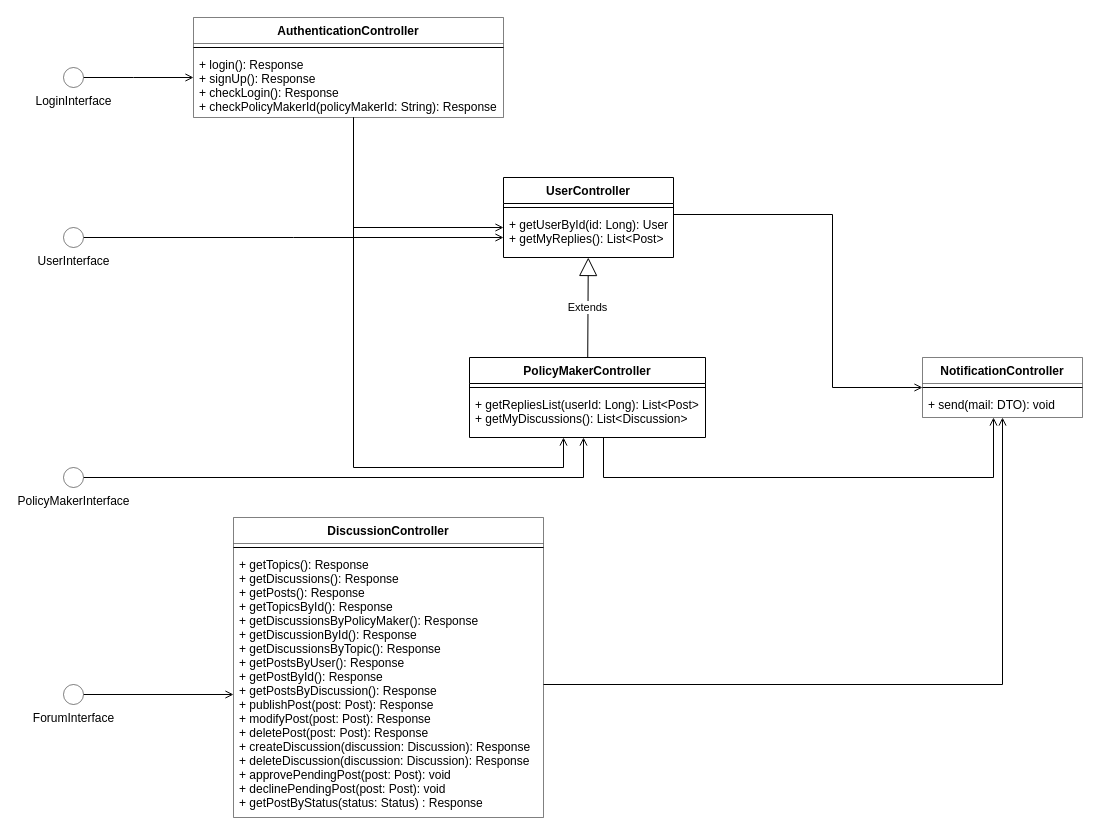
Above: page "ComponentInterfaces" (1 of 2) of DD Diagrams/ComponentInterfaces.drawio in matteovisotto/SE2-CecchettoSirianiVisotto (draw.io), before the change. Source tidied: cells renumbered, new cells numbered last; positions are measured from the earlier drawing's top-left corner, leaving out a move shared by most shapes. Both pictures are drawn from the tidied source at 100%, with x=0, y=0 at pixel (63, 17).
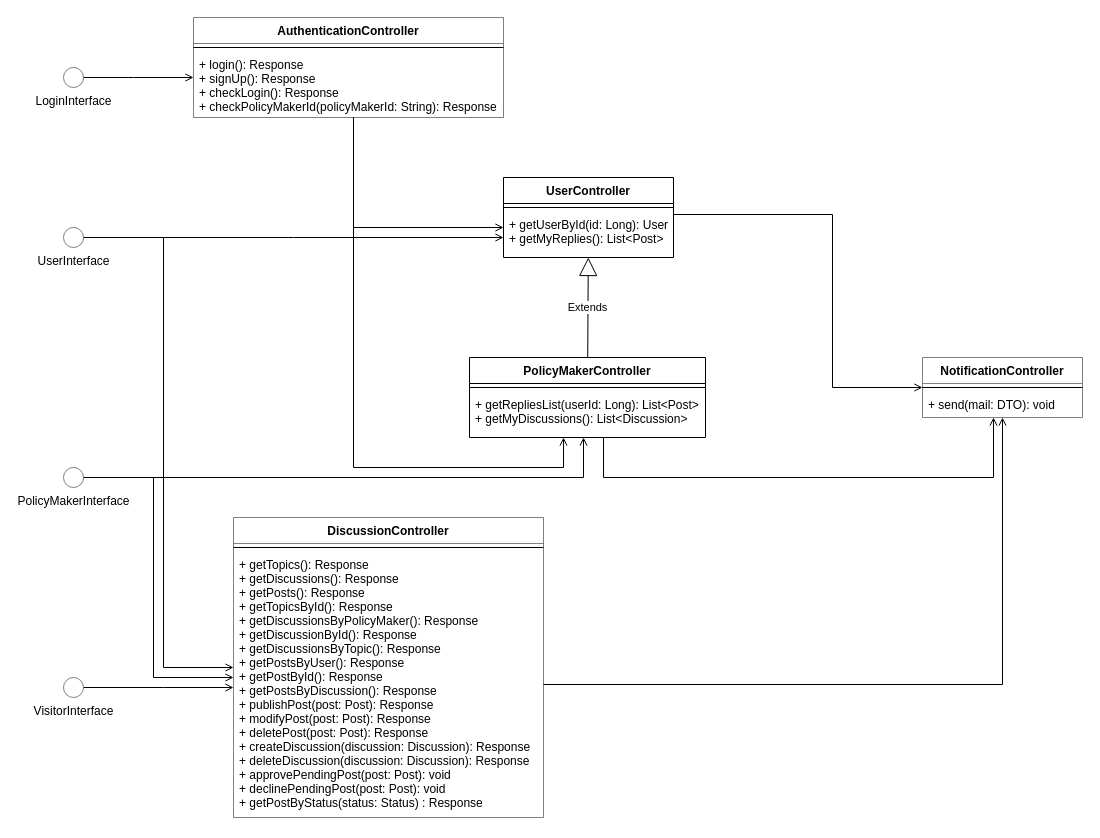
The same diagram, later.

The change refers to these unchanged cells:
```xml
<mxCell id="3" value="UserInterface" style="verticalLabelPosition=bottom;verticalAlign=top;html=1;shape=mxgraph.flowchart.on-page_reference;strokeWidth=0.5;" parent="1" vertex="1">
  <mxGeometry y="210" width="20" height="20" as="geometry" />
</mxCell>
<mxCell id="5" value="PolicyMakerInterface" style="verticalLabelPosition=bottom;verticalAlign=top;html=1;shape=mxgraph.flowchart.on-page_reference;strokeWidth=0.5;" parent="1" vertex="1">
  <mxGeometry y="450" width="20" height="20" as="geometry" />
</mxCell>
<mxCell id="14" value="DiscussionController" style="swimlane;fontStyle=1;align=center;verticalAlign=top;horizontal=1;startSize=26;strokeWidth=0.5;" parent="1" vertex="1">
  <mxGeometry x="170" y="500" width="310" height="300" as="geometry" />
</mxCell>
<mxCell id="16" value="+ getTopics(): Response&#10;+ getDiscussions(): Response&#10;+ getPosts(): Response&#10;+ getTopicsById(): Response&#10;+ getDiscussionsByPolicyMaker(): Response&#10;+ getDiscussionById(): Response&#10;+ getDiscussionsByTopic(): Response&#10;+ getPostsByUser(): Response&#10;+ getPostById(): Response&#10;+ getPostsByDiscussion(): Response&#10;+ publishPost(post: Post): Response&#10;+ modifyPost(post: Post): Response&#10;+ deletePost(post: Post): Response&#10;+ createDiscussion(discussion: Discussion): Response&#10;+ deleteDiscussion(discussion: Discussion): Response&#10;+ approvePendingPost(post: Post): void&#10;+ declinePendingPost(post: Post): void&#10;+ getPostByStatus(status: Status) : Response" style="text;strokeColor=none;fillColor=none;align=left;verticalAlign=top;spacingLeft=4;spacingRight=4;overflow=hidden;points=[[0,0.5],[1,0.5]];portConstraint=eastwest;" parent="14" vertex="1">
  <mxGeometry y="34" width="310" height="266" as="geometry" />
</mxCell>
```

Diff of the diagram source:
```diff
@@
+    <mxCell id="31" style="edgeStyle=orthogonalEdgeStyle;rounded=0;jettySize=auto;html=1;exitX=1;exitY=0.5;exitDx=0;exitDy=0;exitPerimeter=0;endArrow=open;endFill=0;" parent="1" edge="1" source="3" target="16">
+      <mxGeometry relative="1" as="geometry">
+        <Array as="points">
+          <mxPoint x="100" y="220" />
+          <mxPoint x="100" y="650" />
+        </Array>
+      </mxGeometry>
+    </mxCell>
@@
+    <mxCell id="32" style="edgeStyle=orthogonalEdgeStyle;rounded=0;jettySize=auto;html=1;exitX=1;exitY=0.5;exitDx=0;exitDy=0;exitPerimeter=0;endArrow=open;endFill=0;" parent="1" edge="1" source="5" target="16">
+      <mxGeometry relative="1" as="geometry">
+        <Array as="points">
+          <mxPoint x="90" y="460" />
+          <mxPoint x="90" y="660" />
+        </Array>
+      </mxGeometry>
+    </mxCell>
@@
     <mxCell id="17" style="edgeStyle=orthogonalEdgeStyle;rounded=0;jettySize=auto;html=1;exitX=1;exitY=0.5;exitDx=0;exitDy=0;exitPerimeter=0;endArrow=open;endFill=0;" parent="1" edge="1" source="18" target="14">
       <mxGeometry relative="1" as="geometry">
         <Array as="points">
-          <mxPoint x="280" y="677" />
-          <mxPoint x="280" y="677" />
+          <mxPoint x="100" y="670" />
+          <mxPoint x="100" y="670" />
         </Array>
       </mxGeometry>
     </mxCell>
-    <mxCell id="18" value="ForumInterface" style="verticalLabelPosition=bottom;verticalAlign=top;html=1;shape=mxgraph.flowchart.on-page_reference;strokeWidth=0.5;" parent="1" vertex="1">
-      <mxGeometry y="667" width="20" height="20" as="geometry" />
+    <mxCell id="18" value="VisitorInterface" style="verticalLabelPosition=bottom;verticalAlign=top;html=1;shape=mxgraph.flowchart.on-page_reference;strokeWidth=0.5;" parent="1" vertex="1">
+      <mxGeometry y="660" width="20" height="20" as="geometry" />
     </mxCell>
```
